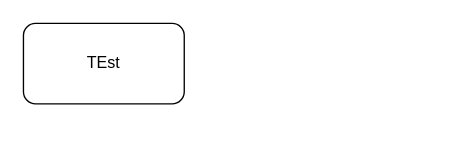
billy-pilger/quickstart-drupal keeps this draw.io diagram as Untitled Diagram.drawio. Above is the earlier version. Source tidied: cells renumbered, new cells numbered last; positions are measured from the earlier drawing's top-left corner, leaving out a move shared by most shapes. Both pictures are drawn from the tidied source at 134%, with x=0, y=0 at pixel (23, 23).
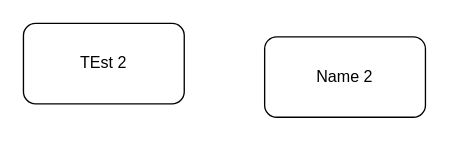
The same page after the edit.

What changed in the source:
```diff
@@
 <mxGraphModel>
   <root>
     <mxCell id="0" />
     <mxCell id="1" parent="0" />
-    <mxCell id="2" value="TEst" style="rounded=1;whiteSpace=wrap;html=1;" parent="1" vertex="1">
+    <mxCell id="2" value="TEst 2" style="rounded=1;whiteSpace=wrap;html=1;" parent="1" vertex="1">
       <mxGeometry width="120" height="60" as="geometry" />
     </mxCell>
+    <mxCell id="3" value="Name 2" style="rounded=1;whiteSpace=wrap;html=1;" parent="1" vertex="1">
+      <mxGeometry x="180" y="10" width="120" height="60" as="geometry" />
+    </mxCell>
   </root>
 </mxGraphModel>
```
